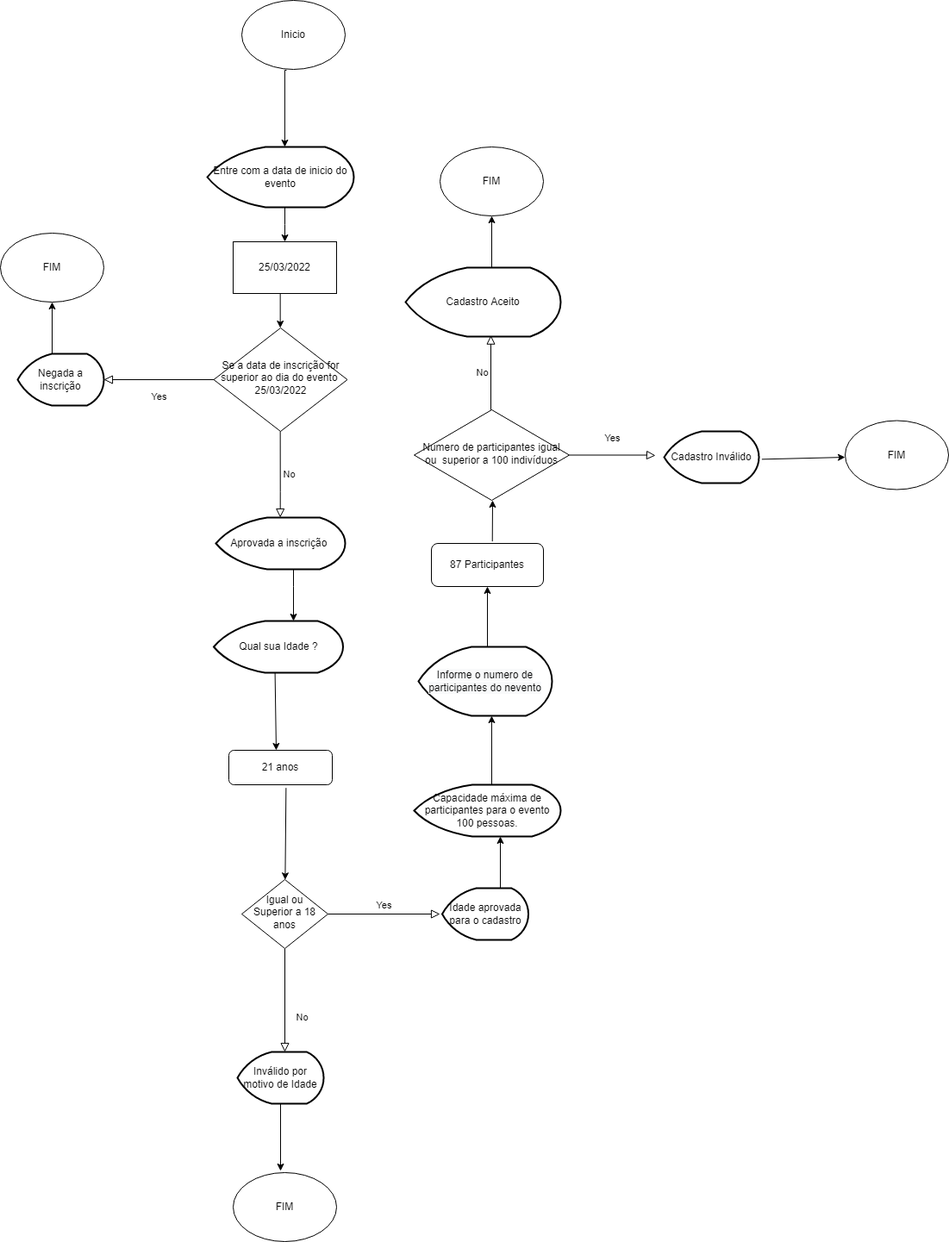
Above: Untitled Diagram.drawio.png in EvertonMDS/Fluxograma (draw.io), before the change. Source tidied: cells renumbered, new cells last; positions are measured from the earlier drawing's top-left corner, leaving out a move shared by most shapes.
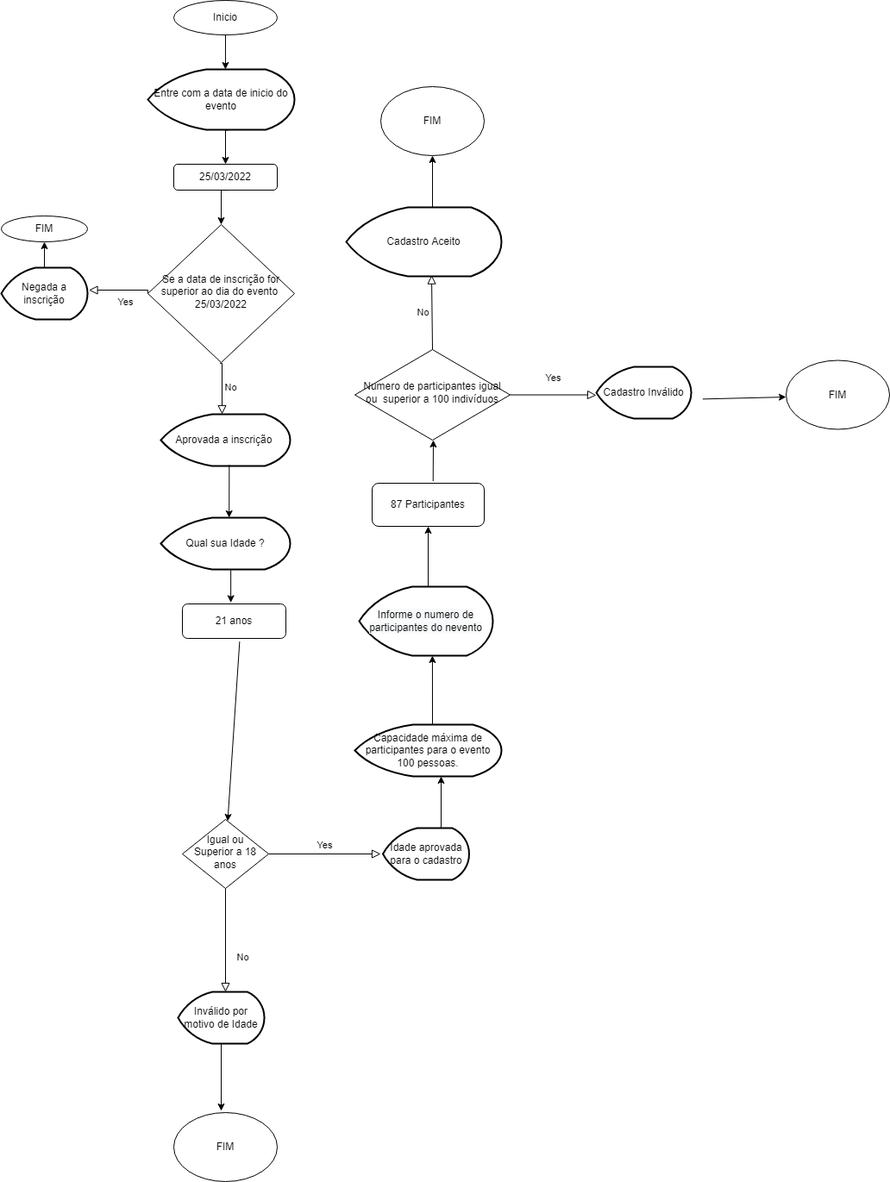
After the change.

Change to the diagram source:
```diff
@@ -3,7 +3,7 @@
     <mxCell id="0" />
     <mxCell id="1" parent="0" />
     <mxCell id="2" value="Se a data de inscrição for superior ao dia do evento&amp;nbsp; 25/03/2022" style="rhombus;whiteSpace=wrap;html=1;shadow=0;fontFamily=Helvetica;fontSize=12;align=center;strokeWidth=1;spacing=6;spacingTop=-4;" parent="1" vertex="1">
-      <mxGeometry x="247.5" y="380" width="155" height="120" as="geometry" />
+      <mxGeometry x="240" y="330" width="170" height="160" as="geometry" />
     </mxCell>
     <mxCell id="3" value="No" style="rounded=0;html=1;jettySize=auto;fontSize=11;endArrow=block;endFill=0;endSize=8;strokeWidth=1;shadow=0;labelBackgroundColor=none;edgeStyle=orthogonalEdgeStyle;" parent="1" edge="1" source="5">
       <mxGeometry x="0.33" y="20" relative="1" as="geometry">
@@ -19,36 +19,22 @@
       <mxGeometry x="280" y="1020" width="100" height="80" as="geometry" />
     </mxCell>
     <mxCell id="6" value="Inicio" style="ellipse;whiteSpace=wrap;html=1;" parent="1" vertex="1">
-      <mxGeometry x="280" width="120" height="80" as="geometry" />
+      <mxGeometry x="270" y="70" width="120" height="40" as="geometry" />
     </mxCell>
-    <mxCell id="7" style="edgeStyle=orthogonalEdgeStyle;rounded=0;jettySize=auto;html=1;" parent="1" edge="1" source="8" target="9">
+    <mxCell id="7" style="edgeStyle=orthogonalEdgeStyle;rounded=0;jettySize=auto;html=1;exitX=0.547;exitY=1.007;exitDx=0;exitDy=0;exitPerimeter=0;" parent="1" edge="1" source="8" target="9">
       <mxGeometry relative="1" as="geometry">
         <Array as="points">
-          <mxPoint x="330" y="260" />
-          <mxPoint x="330" y="260" />
+          <mxPoint x="330" y="220" />
         </Array>
       </mxGeometry>
     </mxCell>
     <mxCell id="8" value="Entre com a data de inicio do evento" style="strokeWidth=2;html=1;shape=mxgraph.flowchart.display;whiteSpace=wrap;" parent="1" vertex="1">
-      <mxGeometry x="240" y="170" width="170" height="70" as="geometry" />
+      <mxGeometry x="240" y="150" width="170" height="70" as="geometry" />
     </mxCell>
-    <mxCell id="9" value="25/03/2022" style="rounded=0;whiteSpace=wrap;html=1;" parent="1" vertex="1">
-      <mxGeometry x="270" y="280" width="120" height="60" as="geometry" />
-    </mxCell>
-    <mxCell id="10" style="edgeStyle=orthogonalEdgeStyle;rounded=0;jettySize=auto;html=1;exitX=0.433;exitY=1.013;exitDx=0;exitDy=0;exitPerimeter=0;entryX=0.529;entryY=0;entryDx=0;entryDy=0;entryPerimeter=0;" parent="1" edge="1" source="6" target="8">
-      <mxGeometry relative="1" as="geometry">
-        <Array as="points">
-          <mxPoint x="330" y="81" />
-        </Array>
-      </mxGeometry>
-    </mxCell>
-    <mxCell id="11" style="edgeStyle=orthogonalEdgeStyle;rounded=0;orthogonalLoop=1;jettySize=auto;html=1;" parent="1" edge="1">
+    <mxCell id="11" style="edgeStyle=orthogonalEdgeStyle;rounded=0;jettySize=auto;html=1;exitX=0.518;exitY=1.005;exitDx=0;exitDy=0;exitPerimeter=0;entryX=0.5;entryY=0;entryDx=0;entryDy=0;" parent="1" edge="1" source="9" target="2">
       <mxGeometry relative="1" as="geometry">
-        <mxPoint x="324.7" y="340" as="sourcePoint" />
-        <mxPoint x="324.7" y="380" as="targetPoint" />
         <Array as="points">
-          <mxPoint x="324.7" y="340" />
-          <mxPoint x="324.7" y="340" />
+          <mxPoint x="333" y="290" />
         </Array>
       </mxGeometry>
     </mxCell>
@@ -60,53 +46,47 @@
         </Array>
       </mxGeometry>
     </mxCell>
-    <mxCell id="13" value="Yes" style="rounded=0;html=1;jettySize=auto;fontSize=11;endArrow=block;endFill=0;endSize=8;strokeWidth=1;shadow=0;labelBackgroundColor=none;edgeStyle=orthogonalEdgeStyle;" parent="1" edge="1" source="2">
-      <mxGeometry y="20" relative="1" as="geometry">
-        <mxPoint x="120" y="440" as="targetPoint" />
+    <mxCell id="13" value="Yes" style="rounded=0;html=1;jettySize=auto;fontSize=11;endArrow=block;endFill=0;endSize=8;strokeWidth=1;shadow=0;labelBackgroundColor=none;edgeStyle=orthogonalEdgeStyle;entryX=1.015;entryY=0.441;entryDx=0;entryDy=0;entryPerimeter=0;exitX=0;exitY=0.5;exitDx=0;exitDy=0;" parent="1" edge="1" source="2" target="15">
+      <mxGeometry x="-0.19" y="14" relative="1" as="geometry">
+        <Array as="points">
+          <mxPoint x="240" y="406" />
+          <mxPoint x="171" y="406" />
+        </Array>
       </mxGeometry>
     </mxCell>
     <mxCell id="14" value="FIM" style="ellipse;whiteSpace=wrap;html=1;" parent="1" vertex="1">
-      <mxGeometry y="270" width="120" height="80" as="geometry" />
+      <mxGeometry x="70" y="320" width="100" height="30" as="geometry" />
     </mxCell>
     <mxCell id="15" value="Negada a inscrição" style="strokeWidth=2;html=1;shape=mxgraph.flowchart.display;whiteSpace=wrap;" parent="1" vertex="1">
-      <mxGeometry x="20" y="410" width="100" height="60" as="geometry" />
+      <mxGeometry x="70" y="380" width="100" height="60" as="geometry" />
     </mxCell>
-    <mxCell id="16" style="endArrow=classic;html=1;rounded=0;entryX=0.5;entryY=1;entryDx=0;entryDy=0;" parent="1" edge="1" target="14">
-      <mxGeometry relative="1" as="geometry">
-        <mxPoint x="60" y="410" as="sourcePoint" />
-      </mxGeometry>
+    <mxCell id="16" style="endArrow=classic;html=1;rounded=0;entryX=0.5;entryY=1;entryDx=0;entryDy=0;exitX=0.5;exitY=0;exitDx=0;exitDy=0;exitPerimeter=0;" parent="1" edge="1" source="15" target="14">
+      <mxGeometry relative="1" as="geometry" />
     </mxCell>
-    <mxCell id="17" value="No" style="edgeStyle=orthogonalEdgeStyle;rounded=0;html=1;jettySize=auto;orthogonalLoop=1;fontSize=11;endArrow=block;endFill=0;endSize=8;strokeWidth=1;shadow=0;labelBackgroundColor=none;" parent="1" edge="1">
+    <mxCell id="17" value="No" style="edgeStyle=orthogonalEdgeStyle;rounded=0;html=1;jettySize=auto;fontSize=11;endArrow=block;endFill=0;endSize=8;strokeWidth=1;shadow=0;labelBackgroundColor=none;exitX=0.491;exitY=1.005;exitDx=0;exitDy=0;exitPerimeter=0;" parent="1" edge="1" source="2">
       <mxGeometry y="10" relative="1" as="geometry">
-        <mxPoint x="324.7" y="500" as="sourcePoint" />
-        <mxPoint x="324.7" y="600" as="targetPoint" />
+        <mxPoint x="326" y="550" as="targetPoint" />
         <Array as="points">
-          <mxPoint x="324.7" y="570" />
+          <mxPoint x="326" y="491" />
         </Array>
       </mxGeometry>
     </mxCell>
     <mxCell id="18" value="Aprovada a inscrição&amp;nbsp;" style="strokeWidth=2;html=1;shape=mxgraph.flowchart.display;whiteSpace=wrap;" parent="1" vertex="1">
-      <mxGeometry x="250" y="600" width="150" height="60" as="geometry" />
+      <mxGeometry x="255" y="550" width="150" height="60" as="geometry" />
     </mxCell>
-    <mxCell id="19" style="endArrow=classic;html=1;rounded=0;" parent="1" edge="1">
-      <mxGeometry relative="1" as="geometry">
-        <mxPoint x="340" y="660" as="sourcePoint" />
-        <mxPoint x="340" y="720" as="targetPoint" />
-        <Array as="points">
-          <mxPoint x="340" y="680" />
-        </Array>
-      </mxGeometry>
+    <mxCell id="19" style="endArrow=classic;html=1;rounded=0;exitX=0.529;exitY=0.978;exitDx=0;exitDy=0;exitPerimeter=0;entryX=0.528;entryY=0;entryDx=0;entryDy=0;entryPerimeter=0;" parent="1" edge="1" source="18" target="20">
+      <mxGeometry relative="1" as="geometry" />
     </mxCell>
     <mxCell id="20" value="Qual sua Idade ?" style="strokeWidth=2;html=1;shape=mxgraph.flowchart.display;whiteSpace=wrap;" parent="1" vertex="1">
-      <mxGeometry x="247.5" y="720" width="150" height="60" as="geometry" />
+      <mxGeometry x="255" y="670" width="150" height="60" as="geometry" />
     </mxCell>
     <mxCell id="21" value="FIM" style="ellipse;whiteSpace=wrap;html=1;" parent="1" vertex="1">
       <mxGeometry x="270" y="1360" width="120" height="80" as="geometry" />
     </mxCell>
     <mxCell id="22" value="21 anos" style="rounded=1;whiteSpace=wrap;html=1;fontSize=12;glass=0;strokeWidth=1;shadow=0;" parent="1" vertex="1">
-      <mxGeometry x="265" y="870" width="120" height="40" as="geometry" />
+      <mxGeometry x="280" y="770" width="120" height="40" as="geometry" />
     </mxCell>
-    <mxCell id="23" style="endArrow=classic;html=1;rounded=0;entryX=0.458;entryY=0;entryDx=0;entryDy=0;entryPerimeter=0;exitX=0.474;exitY=1.006;exitDx=0;exitDy=0;exitPerimeter=0;" parent="1" edge="1" source="20" target="22">
+    <mxCell id="23" style="endArrow=classic;html=1;rounded=0;entryX=0.468;entryY=-0.04;entryDx=0;entryDy=0;entryPerimeter=0;exitX=0.541;exitY=1.012;exitDx=0;exitDy=0;exitPerimeter=0;" parent="1" edge="1" source="20" target="22">
       <mxGeometry relative="1" as="geometry" />
     </mxCell>
     <mxCell id="24" style="endArrow=classic;html=1;rounded=0;exitX=0.553;exitY=1.092;exitDx=0;exitDy=0;exitPerimeter=0;" parent="1" edge="1" source="22" target="5">
@@ -175,7 +155,7 @@
       </mxGeometry>
     </mxCell>
     <mxCell id="39" value="&lt;span&gt;Cadastro Inválido&lt;/span&gt;" style="strokeWidth=2;html=1;shape=mxgraph.flowchart.display;whiteSpace=wrap;" parent="1" vertex="1">
-      <mxGeometry x="770" y="500" width="110" height="60" as="geometry" />
+      <mxGeometry x="760" y="495" width="110" height="60" as="geometry" />
     </mxCell>
     <mxCell id="40" value="Cadastro Aceito" style="strokeWidth=2;html=1;shape=mxgraph.flowchart.display;whiteSpace=wrap;" parent="1" vertex="1">
       <mxGeometry x="470" y="310" width="180" height="80" as="geometry" />
@@ -189,5 +169,11 @@
     <mxCell id="42" value="FIM" style="ellipse;whiteSpace=wrap;html=1;" parent="1" vertex="1">
       <mxGeometry x="510" y="170" width="120" height="80" as="geometry" />
     </mxCell>
+    <mxCell id="10" style="endArrow=classic;html=1;rounded=0;entryX=0.529;entryY=0;entryDx=0;entryDy=0;entryPerimeter=0;" parent="1" edge="1" source="6" target="8">
+      <mxGeometry relative="1" as="geometry" />
+    </mxCell>
+    <mxCell id="9" value="&lt;span&gt;25/03/2022&lt;/span&gt;" style="rounded=1;whiteSpace=wrap;html=1;" parent="1" vertex="1">
+      <mxGeometry x="270" y="260" width="120" height="30" as="geometry" />
+    </mxCell>
   </root>
 </mxGraphModel>
```
